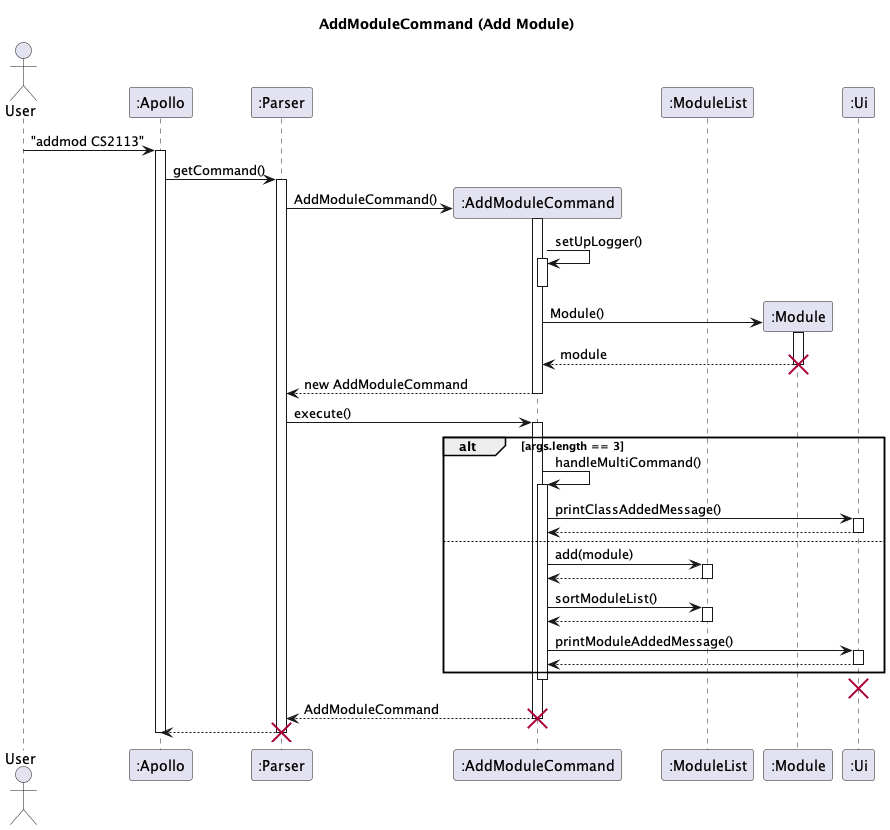
Before: docs/uml-diagrams/AddModule-AddModuleCommand__Add_Module_.png, a diagram exported from PlantUML (nus-cs2113-AY2223S2/tp).
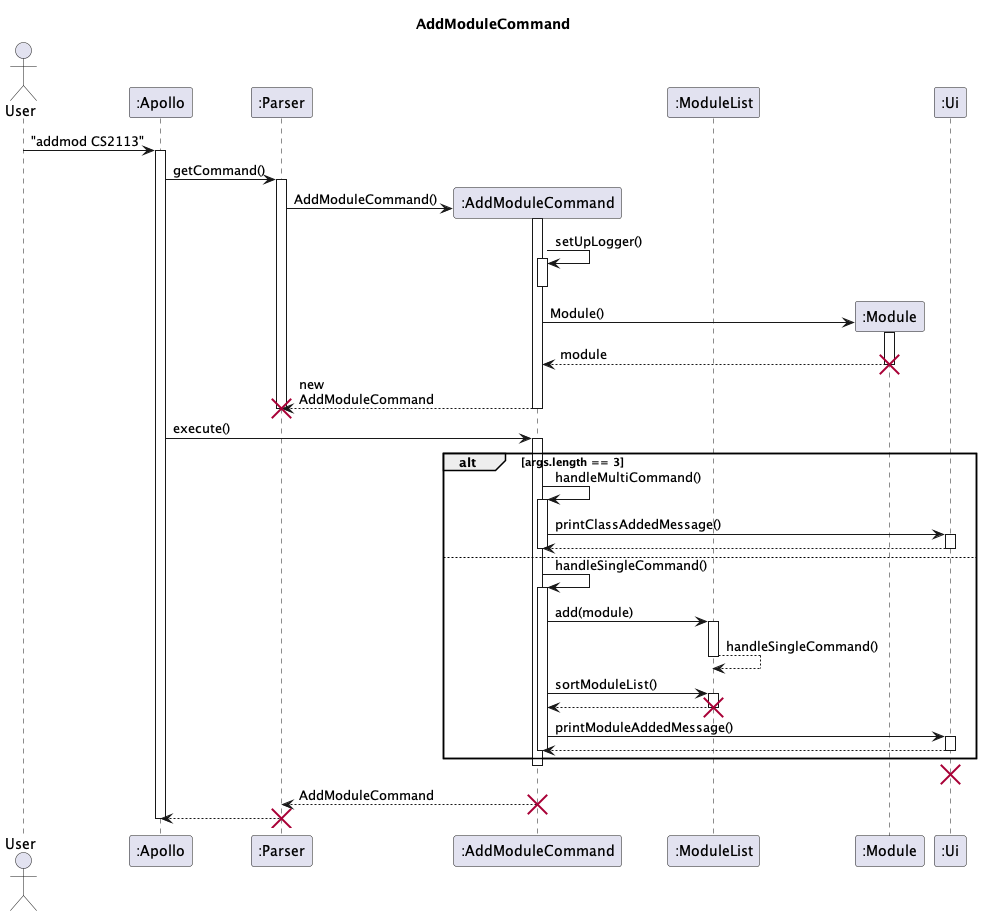
After the change.

What changed in the source:
```diff
@@ -1,6 +1,8 @@
 @startuml
 
-title AddModuleCommand (Add Module)
+skinparam maxMessageSize 150
+
+title AddModuleCommand
 
 actor User
 participant ":Apollo" as Apollo
@@ -30,8 +32,10 @@
 
 AddModuleCommand --> Parser: new AddModuleCommand
 deactivate AddModuleCommand
+deactivate Parser
+destroy Parser
 
-Parser -> AddModuleCommand : execute()
+Apollo -> AddModuleCommand : execute()
 activate AddModuleCommand
 alt args.length == 3
     AddModuleCommand -> AddModuleCommand : handleMultiCommand()
@@ -40,20 +44,25 @@
     activate Ui
     Ui --> AddModuleCommand
     deactivate Ui
+    deactivate AddModuleCommand
 else
+    AddModuleCommand -> AddModuleCommand : handleSingleCommand()
+    activate AddModuleCommand
     AddModuleCommand -> ModuleList: add(module)
     activate ModuleList
-    ModuleList --> AddModuleCommand
+    ModuleList --> ModuleList: handleSingleCommand()
     deactivate ModuleList
 
     AddModuleCommand -> ModuleList : sortModuleList()
     activate ModuleList
     ModuleList --> AddModuleCommand
     deactivate ModuleList
+    destroy ModuleList
 
     AddModuleCommand -> Ui : printModuleAddedMessage()
     activate Ui
     Ui --> AddModuleCommand
+    deactivate AddModuleCommand
     deactivate Ui
 
 end
```
